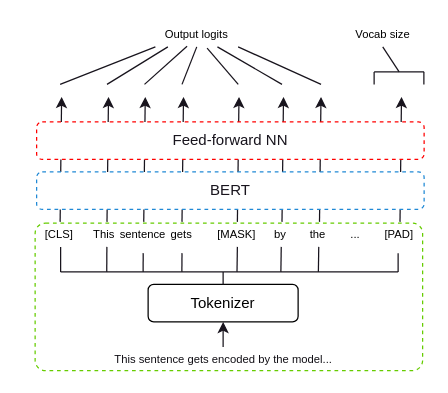
KleinJonasUVT/biasintransformers keeps this draw.io diagram as assets/drawio/colapsed_BERT.drawio. Above is the earlier version. Source tidied: cells renumbered, new cells numbered last; positions are measured from the earlier drawing's top-left corner, leaving out a move shared by most shapes. Both pictures are drawn from the tidied source at 125%, with x=0, y=0 at pixel (21, 21).
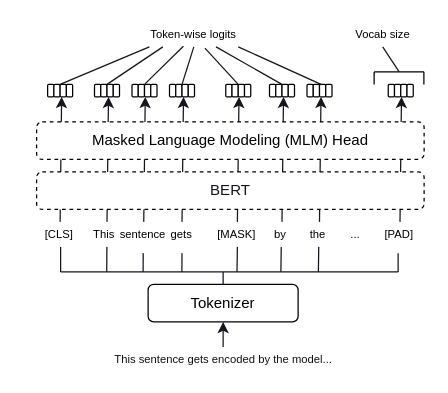
The same diagram, later.

Commit message (it also covers changes not shown here):
Refactor colapsed_BERT.drawio to improve the structure and clarity of the BERT model diagram by standardizing cell attributes and enhancing visual consistency.

The edit, as a diff of the source:
```diff
@@
-    <mxCell id="2" style="rounded=1;whiteSpace=wrap;html=1;fontSize=12;fillColor=#FFFFFF;strokeColor=#66CC00;dashed=1;arcSize=7;" parent="1" vertex="1">
-      <mxGeometry x="10.6" y="161" width="310" height="118" as="geometry" />
-    </mxCell>
@@
-    <mxCell id="33" value="&lt;font color=&quot;#18141d&quot;&gt;Feed-forward NN&lt;/font&gt;" style="rounded=1;whiteSpace=wrap;html=1;fontSize=12;fillColor=#ffffff;strokeColor=#ff0000;dashed=1;" parent="1" vertex="1">
+    <mxCell id="33" value="Masked Language Modeling (MLM) Head" style="rounded=1;whiteSpace=wrap;html=1;fontSize=12;dashed=1;" parent="1" vertex="1">
       <mxGeometry x="11.8" y="80" width="310" height="30" as="geometry" />
     </mxCell>
-    <mxCell id="34" value="&lt;font color=&quot;#18141d&quot;&gt;BERT&lt;/font&gt;" style="rounded=1;whiteSpace=wrap;html=1;fontSize=12;fillColor=#FFFFFF;strokeColor=#2089d5;dashed=1;" parent="1" vertex="1">
+    <mxCell id="34" value="&lt;font color=&quot;#18141d&quot;&gt;BERT&lt;/font&gt;" style="rounded=1;whiteSpace=wrap;html=1;fontSize=12;dashed=1;" parent="1" vertex="1">
       <mxGeometry x="11.8" y="120" width="310" height="30" as="geometry" />
     </mxCell>
-    <mxCell id="35" style="rounded=1;whiteSpace=wrap;html=1;fontSize=12;fontColor=#000;strokeColor=none;arcSize=18;" parent="1" vertex="1">
+    <mxCell id="35" style="rounded=1;whiteSpace=wrap;html=1;fontSize=12;arcSize=18;" parent="1" vertex="1">
       <mxGeometry x="20.6" y="50" width="5" height="10" as="geometry" />
     </mxCell>
-    <mxCell id="36" style="rounded=1;whiteSpace=wrap;html=1;fontSize=12;fontColor=#000;strokeColor=none;arcSize=18;" parent="1" vertex="1">
+    <mxCell id="36" style="rounded=1;whiteSpace=wrap;html=1;fontSize=12;arcSize=18;" parent="1" vertex="1">
       <mxGeometry x="25.6" y="50" width="5" height="10" as="geometry" />
     </mxCell>
-    <mxCell id="37" style="rounded=1;whiteSpace=wrap;html=1;fontSize=12;fontColor=#000;strokeColor=none;arcSize=18;" parent="1" vertex="1">
+    <mxCell id="37" style="rounded=1;whiteSpace=wrap;html=1;fontSize=12;arcSize=18;" parent="1" vertex="1">
       <mxGeometry x="30.6" y="50" width="5" height="10" as="geometry" />
     </mxCell>
-    <mxCell id="38" style="rounded=1;whiteSpace=wrap;html=1;fontSize=12;fontColor=#000;strokeColor=none;arcSize=18;" parent="1" vertex="1">
+    <mxCell id="38" style="rounded=1;whiteSpace=wrap;html=1;fontSize=12;arcSize=18;" parent="1" vertex="1">
       <mxGeometry x="35.6" y="50" width="5" height="10" as="geometry" />
     </mxCell>
-    <mxCell id="39" style="rounded=1;whiteSpace=wrap;html=1;fontSize=12;fontColor=#000;strokeColor=none;arcSize=18;" parent="1" vertex="1">
+    <mxCell id="39" style="rounded=1;whiteSpace=wrap;html=1;fontSize=12;arcSize=18;" parent="1" vertex="1">
       <mxGeometry x="58.1" y="50" width="5" height="10" as="geometry" />
     </mxCell>
-    <mxCell id="40" style="rounded=1;whiteSpace=wrap;html=1;fontSize=12;fontColor=#000;strokeColor=none;arcSize=18;" parent="1" vertex="1">
+    <mxCell id="40" style="rounded=1;whiteSpace=wrap;html=1;fontSize=12;arcSize=18;" parent="1" vertex="1">
       <mxGeometry x="63.1" y="50" width="5" height="10" as="geometry" />
     </mxCell>
-    <mxCell id="41" style="rounded=1;whiteSpace=wrap;html=1;fontSize=12;fontColor=#000;strokeColor=none;arcSize=18;" parent="1" vertex="1">
+    <mxCell id="41" style="rounded=1;whiteSpace=wrap;html=1;fontSize=12;arcSize=18;" parent="1" vertex="1">
       <mxGeometry x="68.1" y="50" width="5" height="10" as="geometry" />
     </mxCell>
-    <mxCell id="42" style="rounded=1;whiteSpace=wrap;html=1;fontSize=12;fontColor=#000;strokeColor=none;arcSize=18;" parent="1" vertex="1">
+    <mxCell id="42" style="rounded=1;whiteSpace=wrap;html=1;fontSize=12;arcSize=18;" parent="1" vertex="1">
       <mxGeometry x="73.1" y="50" width="5" height="10" as="geometry" />
     </mxCell>
-    <mxCell id="43" style="rounded=1;whiteSpace=wrap;html=1;fontSize=12;fontColor=#000;strokeColor=none;arcSize=18;" parent="1" vertex="1">
+    <mxCell id="43" style="rounded=1;whiteSpace=wrap;html=1;fontSize=12;arcSize=18;" parent="1" vertex="1">
       <mxGeometry x="88.1" y="50" width="5" height="10" as="geometry" />
     </mxCell>
-    <mxCell id="44" style="rounded=1;whiteSpace=wrap;html=1;fontSize=12;fontColor=#000;strokeColor=none;arcSize=18;" parent="1" vertex="1">
+    <mxCell id="44" style="rounded=1;whiteSpace=wrap;html=1;fontSize=12;arcSize=18;" parent="1" vertex="1">
       <mxGeometry x="93.1" y="50" width="5" height="10" as="geometry" />
     </mxCell>
-    <mxCell id="45" style="rounded=1;whiteSpace=wrap;html=1;fontSize=12;fontColor=#000;strokeColor=none;arcSize=18;" parent="1" vertex="1">
+    <mxCell id="45" style="rounded=1;whiteSpace=wrap;html=1;fontSize=12;arcSize=18;" parent="1" vertex="1">
       <mxGeometry x="98.1" y="50" width="5" height="10" as="geometry" />
     </mxCell>
-    <mxCell id="46" style="rounded=1;whiteSpace=wrap;html=1;fontSize=12;fontColor=#000;strokeColor=none;arcSize=18;" parent="1" vertex="1">
+    <mxCell id="46" style="rounded=1;whiteSpace=wrap;html=1;fontSize=12;arcSize=18;" parent="1" vertex="1">
       <mxGeometry x="103.1" y="50" width="5" height="10" as="geometry" />
     </mxCell>
-    <mxCell id="47" style="rounded=1;whiteSpace=wrap;html=1;fontSize=12;fontColor=#000;strokeColor=none;arcSize=18;" parent="1" vertex="1">
+    <mxCell id="47" style="rounded=1;whiteSpace=wrap;html=1;fontSize=12;arcSize=18;" parent="1" vertex="1">
       <mxGeometry x="118.1" y="50" width="5" height="10" as="geometry" />
     </mxCell>
-    <mxCell id="48" style="rounded=1;whiteSpace=wrap;html=1;fontSize=12;fontColor=#000;strokeColor=none;arcSize=18;" parent="1" vertex="1">
+    <mxCell id="48" style="rounded=1;whiteSpace=wrap;html=1;fontSize=12;arcSize=18;" parent="1" vertex="1">
       <mxGeometry x="123.1" y="50" width="5" height="10" as="geometry" />
     </mxCell>
-    <mxCell id="49" style="rounded=1;whiteSpace=wrap;html=1;fontSize=12;fontColor=#000;strokeColor=none;arcSize=18;" parent="1" vertex="1">
+    <mxCell id="49" style="rounded=1;whiteSpace=wrap;html=1;fontSize=12;arcSize=18;" parent="1" vertex="1">
       <mxGeometry x="128.1" y="50" width="5" height="10" as="geometry" />
     </mxCell>
-    <mxCell id="50" style="rounded=1;whiteSpace=wrap;html=1;fontSize=12;fontColor=#000;strokeColor=none;arcSize=18;" parent="1" vertex="1">
+    <mxCell id="50" style="rounded=1;whiteSpace=wrap;html=1;fontSize=12;arcSize=18;" parent="1" vertex="1">
       <mxGeometry x="133.1" y="50" width="5" height="10" as="geometry" />
     </mxCell>
-    <mxCell id="51" style="rounded=1;whiteSpace=wrap;html=1;fontSize=12;fontColor=#000;strokeColor=none;arcSize=18;" parent="1" vertex="1">
+    <mxCell id="51" style="rounded=1;whiteSpace=wrap;html=1;fontSize=12;arcSize=18;" parent="1" vertex="1">
       <mxGeometry x="163.1" y="50" width="5" height="10" as="geometry" />
     </mxCell>
-    <mxCell id="52" style="rounded=1;whiteSpace=wrap;html=1;fontSize=12;fontColor=#000;strokeColor=none;arcSize=18;" parent="1" vertex="1">
+    <mxCell id="52" style="rounded=1;whiteSpace=wrap;html=1;fontSize=12;arcSize=18;" parent="1" vertex="1">
       <mxGeometry x="168.1" y="50" width="5" height="10" as="geometry" />
     </mxCell>
-    <mxCell id="53" style="rounded=1;whiteSpace=wrap;html=1;fontSize=12;fontColor=#000;strokeColor=none;arcSize=18;" parent="1" vertex="1">
+    <mxCell id="53" style="rounded=1;whiteSpace=wrap;html=1;fontSize=12;arcSize=18;" parent="1" vertex="1">
       <mxGeometry x="173.1" y="50" width="5" height="10" as="geometry" />
     </mxCell>
-    <mxCell id="54" style="rounded=1;whiteSpace=wrap;html=1;fontSize=12;fontColor=#000;strokeColor=none;arcSize=18;" parent="1" vertex="1">
+    <mxCell id="54" style="rounded=1;whiteSpace=wrap;html=1;fontSize=12;arcSize=18;" parent="1" vertex="1">
       <mxGeometry x="178.1" y="50" width="5" height="10" as="geometry" />
     </mxCell>
-    <mxCell id="55" style="rounded=1;whiteSpace=wrap;html=1;fontSize=12;fontColor=#000;strokeColor=none;arcSize=18;" parent="1" vertex="1">
+    <mxCell id="55" style="rounded=1;whiteSpace=wrap;html=1;fontSize=12;arcSize=18;" parent="1" vertex="1">
       <mxGeometry x="198.1" y="50" width="5" height="10" as="geometry" />
     </mxCell>
-    <mxCell id="56" style="rounded=1;whiteSpace=wrap;html=1;fontSize=12;fontColor=#000;strokeColor=none;arcSize=18;" parent="1" vertex="1">
+    <mxCell id="56" style="rounded=1;whiteSpace=wrap;html=1;fontSize=12;arcSize=18;" parent="1" vertex="1">
       <mxGeometry x="203.1" y="50" width="5" height="10" as="geometry" />
     </mxCell>
-    <mxCell id="57" style="rounded=1;whiteSpace=wrap;html=1;fontSize=12;fontColor=#000;strokeColor=none;arcSize=18;" parent="1" vertex="1">
+    <mxCell id="57" style="rounded=1;whiteSpace=wrap;html=1;fontSize=12;arcSize=18;" parent="1" vertex="1">
       <mxGeometry x="208.1" y="50" width="5" height="10" as="geometry" />
     </mxCell>
-    <mxCell id="58" style="rounded=1;whiteSpace=wrap;html=1;fontSize=12;fontColor=#000;strokeColor=none;arcSize=18;" parent="1" vertex="1">
+    <mxCell id="58" style="rounded=1;whiteSpace=wrap;html=1;fontSize=12;arcSize=18;" parent="1" vertex="1">
       <mxGeometry x="213.1" y="50" width="5" height="10" as="geometry" />
     </mxCell>
-    <mxCell id="59" style="rounded=1;whiteSpace=wrap;html=1;fontSize=12;fontColor=#000;strokeColor=none;arcSize=18;" parent="1" vertex="1">
+    <mxCell id="59" style="rounded=1;whiteSpace=wrap;html=1;fontSize=12;arcSize=18;" parent="1" vertex="1">
       <mxGeometry x="228.1" y="50" width="5" height="10" as="geometry" />
     </mxCell>
-    <mxCell id="60" style="rounded=1;whiteSpace=wrap;html=1;fontSize=12;fontColor=#000;strokeColor=none;arcSize=18;" parent="1" vertex="1">
+    <mxCell id="60" style="rounded=1;whiteSpace=wrap;html=1;fontSize=12;arcSize=18;" parent="1" vertex="1">
       <mxGeometry x="233.1" y="50" width="5" height="10" as="geometry" />
     </mxCell>
-    <mxCell id="61" style="rounded=1;whiteSpace=wrap;html=1;fontSize=12;fontColor=#000;strokeColor=none;arcSize=18;" parent="1" vertex="1">
+    <mxCell id="61" style="rounded=1;whiteSpace=wrap;html=1;fontSize=12;arcSize=18;" parent="1" vertex="1">
       <mxGeometry x="238.1" y="50" width="5" height="10" as="geometry" />
     </mxCell>
-    <mxCell id="62" style="rounded=1;whiteSpace=wrap;html=1;fontSize=12;fontColor=#000;strokeColor=none;arcSize=18;" parent="1" vertex="1">
+    <mxCell id="62" style="rounded=1;whiteSpace=wrap;html=1;fontSize=12;arcSize=18;" parent="1" vertex="1">
       <mxGeometry x="243.1" y="50" width="5" height="10" as="geometry" />
     </mxCell>
-    <mxCell id="63" style="rounded=1;whiteSpace=wrap;html=1;fontSize=12;fontColor=#000;strokeColor=none;arcSize=18;" parent="1" vertex="1">
+    <mxCell id="63" style="rounded=1;whiteSpace=wrap;html=1;fontSize=12;arcSize=18;" parent="1" vertex="1">
       <mxGeometry x="293.1" y="50" width="5" height="10" as="geometry" />
     </mxCell>
-    <mxCell id="64" style="rounded=1;whiteSpace=wrap;html=1;fontSize=12;fontColor=#000;strokeColor=none;arcSize=18;" parent="1" vertex="1">
+    <mxCell id="64" style="rounded=1;whiteSpace=wrap;html=1;fontSize=12;arcSize=18;" parent="1" vertex="1">
       <mxGeometry x="298.1" y="50" width="5" height="10" as="geometry" />
     </mxCell>
-    <mxCell id="65" style="rounded=1;whiteSpace=wrap;html=1;fontSize=12;fontColor=#000;strokeColor=none;arcSize=18;" parent="1" vertex="1">
+    <mxCell id="65" style="rounded=1;whiteSpace=wrap;html=1;fontSize=12;arcSize=18;" parent="1" vertex="1">
       <mxGeometry x="303.1" y="50" width="5" height="10" as="geometry" />
     </mxCell>
-    <mxCell id="66" style="rounded=1;whiteSpace=wrap;html=1;fontSize=12;fontColor=#000;strokeColor=none;arcSize=18;" parent="1" vertex="1">
+    <mxCell id="66" style="rounded=1;whiteSpace=wrap;html=1;fontSize=12;arcSize=18;" parent="1" vertex="1">
       <mxGeometry x="308.1" y="50" width="5" height="10" as="geometry" />
     </mxCell>
@@
-    <mxCell id="68" value="Output logits" style="text;html=1;strokeColor=none;fillColor=none;align=center;verticalAlign=middle;whiteSpace=wrap;rounded=0;fontSize=9;fontColor=#000;" parent="1" vertex="1">
-      <mxGeometry x="106.8" width="66.2" height="20" as="geometry" />
+    <mxCell id="68" value="Token-wise logits" style="text;html=1;strokeColor=none;fillColor=none;align=center;verticalAlign=middle;whiteSpace=wrap;rounded=0;fontSize=9;fontColor=#000;" parent="1" vertex="1">
+      <mxGeometry x="102" width="71.1" height="20" as="geometry" />
     </mxCell>
@@
-    <mxCell id="75" style="endArrow=none;html=1;strokeColor=#18141d;fontSize=9;fontColor=#000;" parent="1" edge="1">
+    <mxCell id="75" style="endArrow=none;html=1;fontSize=9;fontColor=#000;" parent="1" edge="1">
       <mxGeometry relative="1" as="geometry">
         <mxPoint x="281.8" y="40" as="sourcePoint" />
         <mxPoint x="321.8" y="40" as="targetPoint" />
       </mxGeometry>
     </mxCell>
-    <mxCell id="76" style="endArrow=none;html=1;strokeColor=#18141d;fontSize=9;fontColor=#000;" parent="1" edge="1">
+    <mxCell id="76" style="endArrow=none;html=1;fontSize=9;fontColor=#000;" parent="1" edge="1">
       <mxGeometry relative="1" as="geometry">
         <mxPoint x="281.8" y="50" as="sourcePoint" />
         <mxPoint x="281.8" y="40" as="targetPoint" />
       </mxGeometry>
     </mxCell>
-    <mxCell id="77" style="endArrow=none;html=1;strokeColor=#18141d;fontSize=9;fontColor=#000;" parent="1" edge="1">
+    <mxCell id="77" style="endArrow=none;html=1;fontSize=9;fontColor=#000;" parent="1" edge="1">
       <mxGeometry relative="1" as="geometry">
         <mxPoint x="321.6" y="50" as="sourcePoint" />
         <mxPoint x="321.6" y="40" as="targetPoint" />
       </mxGeometry>
     </mxCell>
```
